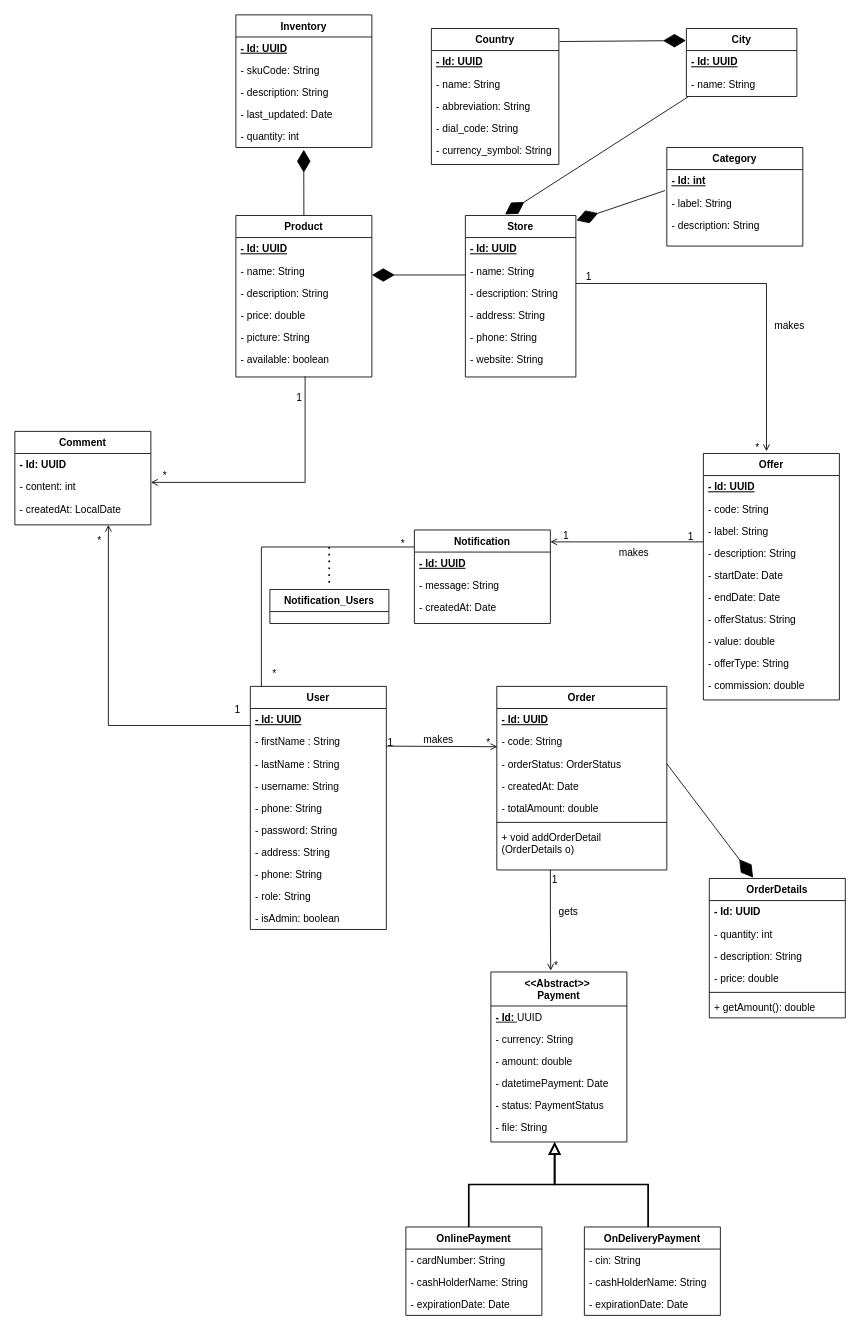
Earlier version of the draw.io diagram circuit_store.drawio (amine-elarass49/angular_doc). Source tidied: cells renumbered, new cells numbered last; positions are measured from the earlier drawing's top-left corner, leaving out a move shared by most shapes. Both pictures are drawn from the tidied source at 85%, with x=0, y=0 at pixel (14, 14).
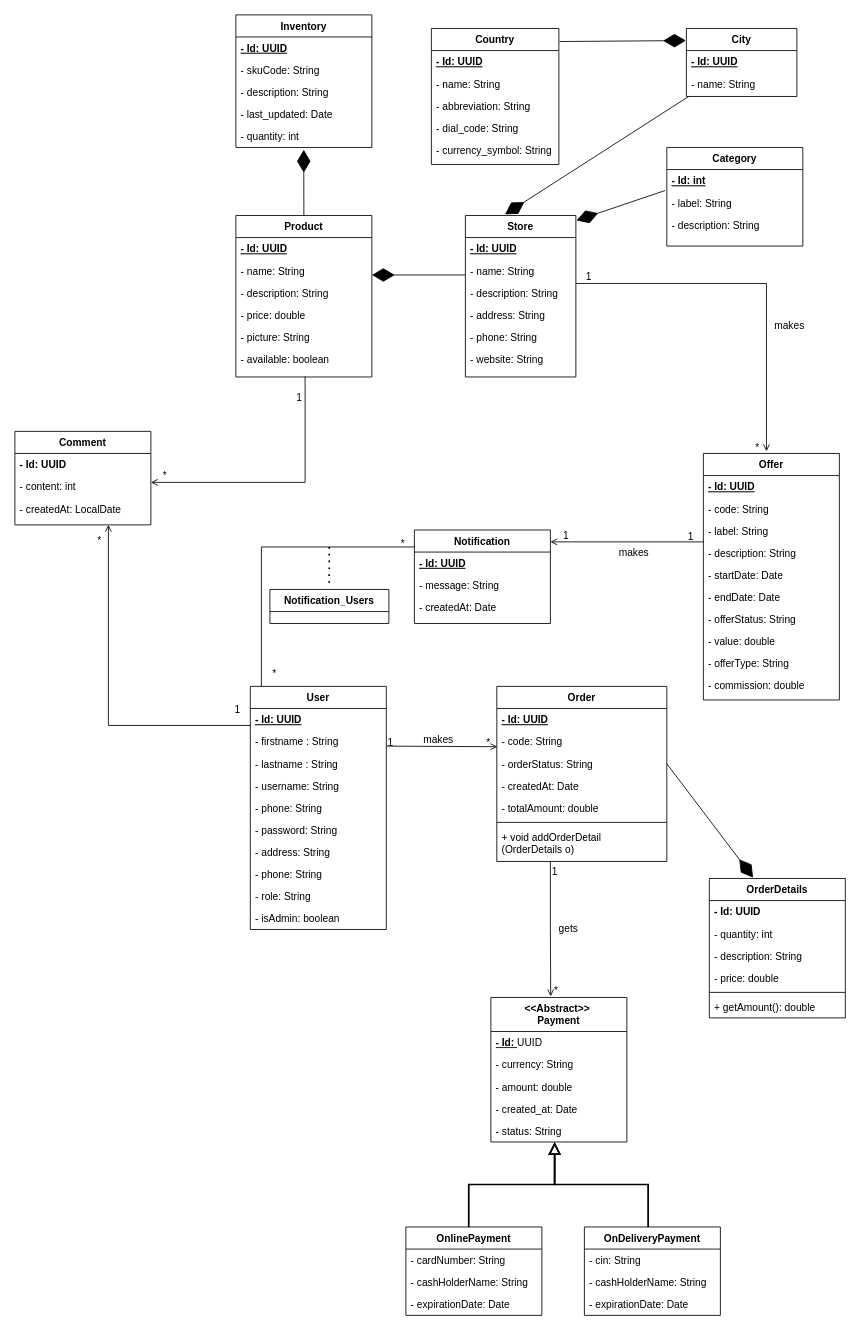
The same page after the edit.

The change refers to these unchanged cells:
```xml
<mxCell id="44" value="User" style="swimlane;fontStyle=1;align=center;verticalAlign=top;horizontal=1;startSize=26;rounded=0;shadow=0;strokeWidth=1;" parent="1" vertex="1">
  <mxGeometry x="277" y="790" width="160" height="286" as="geometry" />
</mxCell>
```

The edit, as a diff of the source:
```diff
@@
     <mxCell id="29" value="Order" style="swimlane;fontStyle=1;align=center;verticalAlign=top;horizontal=1;startSize=26;rounded=0;shadow=0;strokeWidth=1;" parent="1" vertex="1">
-      <mxGeometry x="567" y="790" width="200" height="216" as="geometry" />
+      <mxGeometry x="567" y="790" width="200" height="206" as="geometry" />
     </mxCell>
@@
-    <mxCell id="32" value="- orderStatus: OrderStatus" style="text;align=left;verticalAlign=top;spacingLeft=4;spacingRight=4;overflow=hidden;points=[[0,0.5],[1,0.5]];portConstraint=eastwest;rounded=0;shadow=0;html=0;" parent="29" vertex="1">
+    <mxCell id="32" value="- orderStatus: String" style="text;align=left;verticalAlign=top;spacingLeft=4;spacingRight=4;overflow=hidden;points=[[0,0.5],[1,0.5]];portConstraint=eastwest;rounded=0;shadow=0;html=0;" parent="29" vertex="1">
       <mxGeometry y="78" width="200" height="26" as="geometry" />
     </mxCell>
@@
-    <mxCell id="46" value="- firstName : String" style="text;align=left;verticalAlign=top;spacingLeft=4;spacingRight=4;overflow=hidden;rounded=0;shadow=0;html=0;" parent="44" vertex="1">
+    <mxCell id="46" value="- firstname : String" style="text;align=left;verticalAlign=top;spacingLeft=4;spacingRight=4;overflow=hidden;rounded=0;shadow=0;html=0;" parent="44" vertex="1">
       <mxGeometry y="52" width="160" height="26" as="geometry" />
     </mxCell>
-    <mxCell id="47" value="- lastName : String" style="text;align=left;verticalAlign=top;spacingLeft=4;spacingRight=4;overflow=hidden;rounded=0;shadow=0;html=0;" parent="44" vertex="1">
+    <mxCell id="47" value="- lastname : String" style="text;align=left;verticalAlign=top;spacingLeft=4;spacingRight=4;overflow=hidden;rounded=0;shadow=0;html=0;" parent="44" vertex="1">
       <mxGeometry y="78" width="160" height="26" as="geometry" />
     </mxCell>
@@
     <mxCell id="60" value="&lt;div&gt;&amp;lt;&amp;lt;Abstract&amp;gt;&amp;gt;&amp;nbsp;&lt;/div&gt;&lt;div&gt;Payment&lt;/div&gt;" style="swimlane;fontStyle=1;align=center;verticalAlign=top;horizontal=1;startSize=40;whiteSpace=wrap;html=1;" parent="1" vertex="1">
-      <mxGeometry x="560" y="1126" width="160" height="200" as="geometry" />
+      <mxGeometry x="560" y="1156" width="160" height="170" as="geometry" />
     </mxCell>
@@
-    <mxCell id="64" value="- datetimePayment: Date" style="text;strokeColor=none;fillColor=none;align=left;verticalAlign=top;spacingLeft=4;spacingRight=4;overflow=hidden;whiteSpace=wrap;html=1;" parent="60" vertex="1">
+    <mxCell id="64" value="- created_at: Date" style="text;strokeColor=none;fillColor=none;align=left;verticalAlign=top;spacingLeft=4;spacingRight=4;overflow=hidden;whiteSpace=wrap;html=1;" parent="60" vertex="1">
       <mxGeometry y="118" width="160" height="26" as="geometry" />
     </mxCell>
-    <mxCell id="65" value="- status: PaymentStatus" style="text;strokeColor=none;fillColor=none;align=left;verticalAlign=top;spacingLeft=4;spacingRight=4;overflow=hidden;whiteSpace=wrap;html=1;" parent="60" vertex="1">
+    <mxCell id="65" value="- status: String" style="text;strokeColor=none;fillColor=none;align=left;verticalAlign=top;spacingLeft=4;spacingRight=4;overflow=hidden;whiteSpace=wrap;html=1;" parent="60" vertex="1">
       <mxGeometry y="144" width="160" height="26" as="geometry" />
     </mxCell>
-    <mxCell id="66" value="- file: String" style="text;strokeColor=none;fillColor=none;align=left;verticalAlign=top;spacingLeft=4;spacingRight=4;overflow=hidden;whiteSpace=wrap;html=1;" parent="60" vertex="1">
-      <mxGeometry y="170" width="160" height="30" as="geometry" />
-    </mxCell>
@@
     <mxCell id="95" style="endArrow=open;shadow=0;strokeWidth=1;rounded=0;curved=0;endFill=1;edgeStyle=elbowEdgeStyle;elbow=vertical;entryX=0.44;entryY=-0.008;entryDx=0;entryDy=0;entryPerimeter=0;" parent="1" edge="1" target="60">
       <mxGeometry x="0.5" y="41" relative="1" as="geometry">
-        <mxPoint x="630" y="1006" as="sourcePoint" />
+        <mxPoint x="630" y="996" as="sourcePoint" />
         <mxPoint x="-40" y="32" as="offset" />
       </mxGeometry>
     </mxCell>
```
